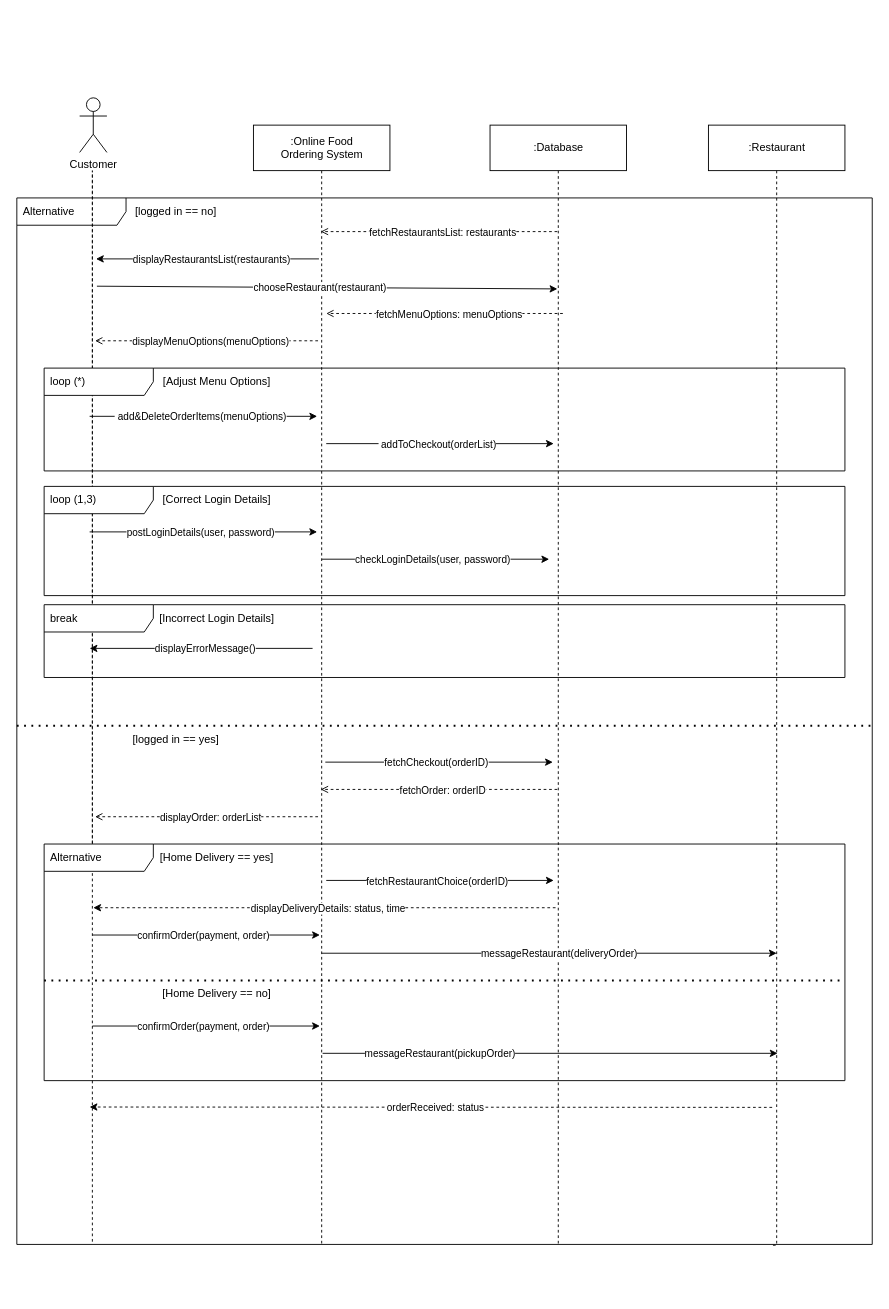
This is page "Sequence diagram" (4 of 5) of Project work Modellering.drawio from timhallberg/projectworkModellering, a draw.io file, before an edit. Source tidied: cells renumbered, new cells numbered last; positions are measured from the earlier drawing's top-left corner, leaving out a move shared by most shapes. Both pictures are drawn from the tidied source at 91%, with x=0, y=0 at pixel (16, 97).
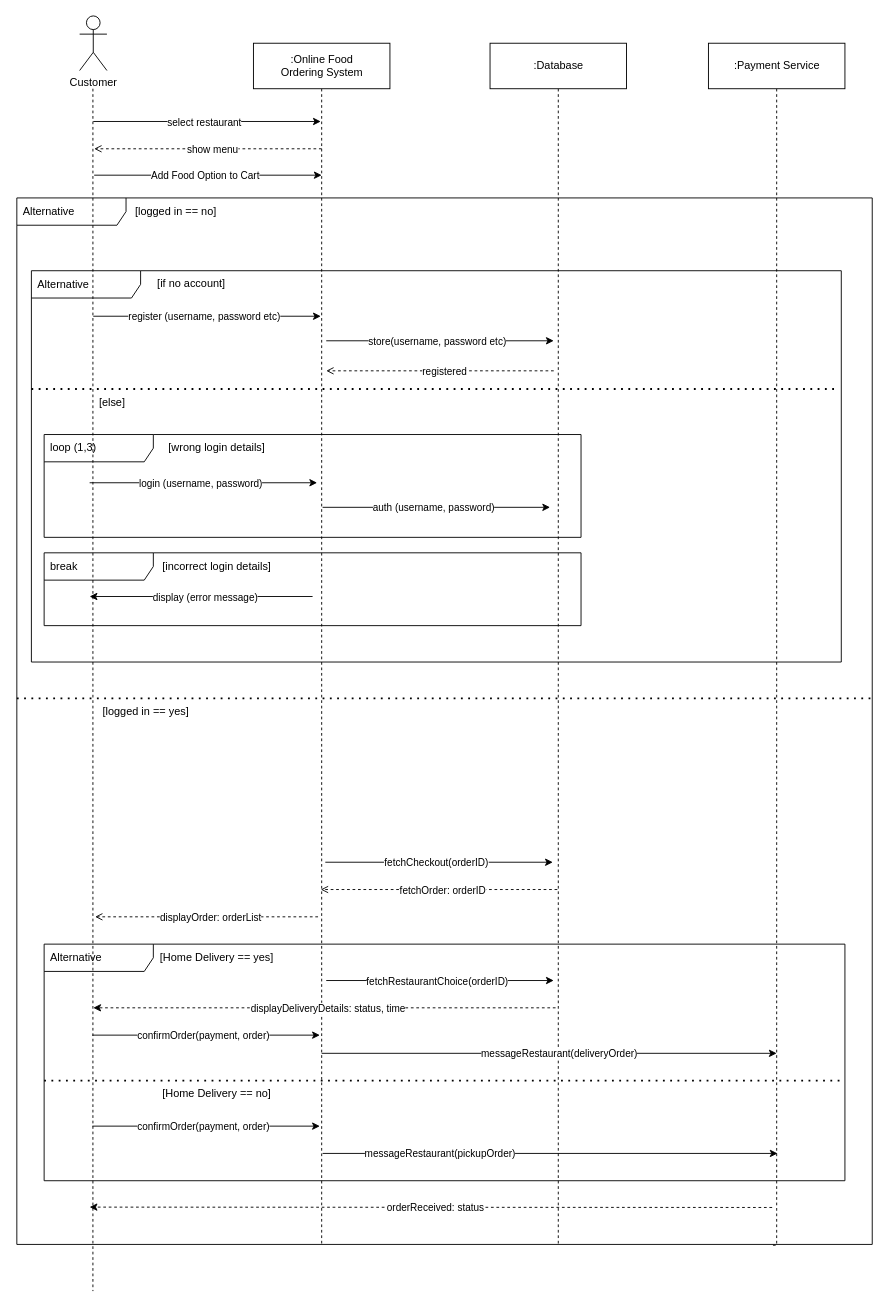
Above is the later version.

Unchanged cells that the change refers to:
```xml
<mxCell id="44" style="group;" parent="1" vertex="1">
  <mxGeometry x="30" y="820" width="880" height="380" as="geometry" />
</mxCell>
```

The edit, as a diff of the source:
```diff
@@
+    <mxCell id="65" value="Alternative" style="shape=umlFrame;whiteSpace=wrap;html=1;width=120;height=30;boundedLbl=1;verticalAlign=middle;align=left;spacingLeft=5;" parent="1" vertex="1">
+      <mxGeometry x="16" y="190" width="890" height="430" as="geometry" />
+    </mxCell>
@@
     <mxCell id="4" value=":Online Food &lt;br&gt;Ordering System" style="html=1;" parent="1" vertex="1">
-      <mxGeometry x="260" y="30" width="150" height="50" as="geometry" />
+      <mxGeometry x="260" y="-60" width="150" height="50" as="geometry" />
     </mxCell>
-    <mxCell id="5" style="edgeStyle=orthogonalEdgeStyle;rounded=0;jettySize=auto;html=1;dashed=1;endArrow=none;endFill=0;startArrow=none;" parent="1" edge="1" source="44">
-      <mxGeometry relative="1" as="geometry">
-        <mxPoint x="83" y="1260" as="targetPoint" />
-        <Array as="points">
-          <mxPoint x="83" y="80" />
-        </Array>
-      </mxGeometry>
-    </mxCell>
@@
     <mxCell id="7" value=":Database" style="html=1;" parent="1" vertex="1">
-      <mxGeometry x="520" y="30" width="150" height="50" as="geometry" />
+      <mxGeometry x="520" y="-60" width="150" height="50" as="geometry" />
     </mxCell>
-    <mxCell id="8" value="loop (*)" style="shape=umlFrame;whiteSpace=wrap;html=1;width=120;height=30;boundedLbl=1;verticalAlign=middle;align=left;spacingLeft=5;" parent="1" vertex="1">
-      <mxGeometry x="30" y="297" width="880" height="113" as="geometry" />
+    <mxCell id="8" value="loop (1,3)" style="shape=umlFrame;whiteSpace=wrap;html=1;width=120;height=30;boundedLbl=1;verticalAlign=middle;align=left;spacingLeft=5;" parent="1" vertex="1">
+      <mxGeometry x="30" y="370" width="590" height="113" as="geometry" />
     </mxCell>
@@
     <mxCell id="10" value="[logged in == yes]" style="text;html=1;strokeColor=none;fillColor=none;align=center;verticalAlign=middle;whiteSpace=wrap;rounded=0;" parent="1" vertex="1">
-      <mxGeometry x="120" y="690" width="110" height="30" as="geometry" />
+      <mxGeometry x="87" y="660" width="110" height="30" as="geometry" />
     </mxCell>
     <mxCell id="11" style="endArrow=classic;html=1;rounded=0;" parent="1" edge="1">
       <mxGeometry relative="1" as="geometry">
-        <mxPoint x="80" y="350" as="sourcePoint" />
-        <mxPoint x="330" y="350" as="targetPoint" />
+        <mxPoint x="80" y="423" as="sourcePoint" />
+        <mxPoint x="330" y="423" as="targetPoint" />
       </mxGeometry>
     </mxCell>
-    <mxCell id="12" value="&amp;nbsp;add&amp;amp;DeleteOrderItems(menuOptions)" style="edgeLabel;html=1;align=center;verticalAlign=middle;" parent="11" vertex="1">
+    <mxCell id="12" value="login (username, password)" style="edgeLabel;html=1;align=center;verticalAlign=middle;" parent="11" vertex="1">
       <mxGeometry x="-0.03" relative="1" as="geometry" />
     </mxCell>
-    <mxCell id="13" value="[Adjust Menu Options]" style="text;html=1;strokeColor=none;fillColor=none;align=center;verticalAlign=middle;whiteSpace=wrap;rounded=0;" parent="1" vertex="1">
-      <mxGeometry x="150" y="297" width="140" height="30" as="geometry" />
+    <mxCell id="13" value="[wrong login details]" style="text;html=1;strokeColor=none;fillColor=none;align=center;verticalAlign=middle;whiteSpace=wrap;rounded=0;" parent="1" vertex="1">
+      <mxGeometry x="150" y="370" width="140" height="30" as="geometry" />
     </mxCell>
     <mxCell id="14" value="Customer" style="shape=umlActor;verticalLabelPosition=bottom;verticalAlign=top;html=1;" parent="1" vertex="1">
-      <mxGeometry x="69" width="30" height="60" as="geometry" />
+      <mxGeometry x="69" y="-90" width="30" height="60" as="geometry" />
     </mxCell>
@@
-    <mxCell id="16" value=":Restaurant" style="html=1;" parent="1" vertex="1">
-      <mxGeometry x="760" y="30" width="150" height="50" as="geometry" />
+    <mxCell id="16" value=":Payment Service" style="html=1;" parent="1" vertex="1">
+      <mxGeometry x="760" y="-60" width="150" height="50" as="geometry" />
     </mxCell>
-    <mxCell id="17" style="endArrow=open;html=1;rounded=0;entryX=0.066;entryY=0.082;entryDx=0;entryDy=0;entryPerimeter=0;dashed=1;endFill=0;" parent="1" edge="1">
-      <mxGeometry relative="1" as="geometry">
-        <mxPoint x="593.9" y="147" as="sourcePoint" />
-        <mxPoint x="334" y="147" as="targetPoint" />
-      </mxGeometry>
-    </mxCell>
-    <mxCell id="18" value="fetchRestaurantsList: restaurants" style="edgeLabel;html=1;align=center;verticalAlign=middle;" parent="17" vertex="1">
-      <mxGeometry x="-0.03" relative="1" as="geometry" />
-    </mxCell>
-    <mxCell id="19" style="endArrow=classic;html=1;rounded=0;endSize=6;" parent="1" edge="1">
-      <mxGeometry relative="1" as="geometry">
-        <mxPoint x="332" y="177" as="sourcePoint" />
-        <mxPoint x="87" y="177" as="targetPoint" />
-      </mxGeometry>
-    </mxCell>
-    <mxCell id="20" value="displayRestaurantsList(restaurants)" style="edgeLabel;html=1;align=center;verticalAlign=middle;" parent="19" vertex="1">
-      <mxGeometry x="-0.03" relative="1" as="geometry" />
-    </mxCell>
-    <mxCell id="21" style="endArrow=classic;html=1;rounded=0;" parent="1" edge="1">
-      <mxGeometry relative="1" as="geometry">
-        <mxPoint x="88" y="207" as="sourcePoint" />
-        <mxPoint x="594" y="210" as="targetPoint" />
-      </mxGeometry>
-    </mxCell>
-    <mxCell id="22" value="chooseRestaurant(restaurant)" style="edgeLabel;html=1;align=center;verticalAlign=middle;" parent="21" vertex="1">
-      <mxGeometry x="-0.03" relative="1" as="geometry" />
-    </mxCell>
-    <mxCell id="23" style="endArrow=open;html=1;rounded=0;entryX=0.066;entryY=0.082;entryDx=0;entryDy=0;entryPerimeter=0;dashed=1;endFill=0;" parent="1" edge="1">
-      <mxGeometry relative="1" as="geometry">
-        <mxPoint x="600" y="237" as="sourcePoint" />
-        <mxPoint x="340" y="237" as="targetPoint" />
-      </mxGeometry>
-    </mxCell>
-    <mxCell id="24" value="fetchMenuOptions: menuOptions" style="edgeLabel;html=1;align=center;verticalAlign=middle;" parent="23" vertex="1">
-      <mxGeometry x="-0.03" relative="1" as="geometry" />
-    </mxCell>
-    <mxCell id="25" value="loop (1,3)" style="shape=umlFrame;whiteSpace=wrap;html=1;width=120;height=30;boundedLbl=1;verticalAlign=middle;align=left;spacingLeft=5;" parent="1" vertex="1">
-      <mxGeometry x="30" y="427" width="880" height="120" as="geometry" />
-    </mxCell>
-    <mxCell id="26" style="endArrow=classic;html=1;rounded=0;" parent="1" edge="1">
-      <mxGeometry relative="1" as="geometry">
-        <mxPoint x="80" y="477" as="sourcePoint" />
-        <mxPoint x="330" y="477" as="targetPoint" />
-      </mxGeometry>
-    </mxCell>
-    <mxCell id="27" value="postLoginDetails(user, password)" style="edgeLabel;html=1;align=center;verticalAlign=middle;" parent="26" vertex="1">
-      <mxGeometry x="-0.03" relative="1" as="geometry" />
-    </mxCell>
-    <mxCell id="28" value="[Correct Login Details]" style="text;html=1;strokeColor=none;fillColor=none;align=center;verticalAlign=middle;whiteSpace=wrap;rounded=0;" parent="1" vertex="1">
-      <mxGeometry x="150" y="427" width="140" height="30" as="geometry" />
-    </mxCell>
-    <mxCell id="29" style="endArrow=classic;html=1;rounded=0;" parent="1" edge="1">
-      <mxGeometry relative="1" as="geometry">
-        <mxPoint x="335" y="507" as="sourcePoint" />
-        <mxPoint x="585" y="507" as="targetPoint" />
-      </mxGeometry>
-    </mxCell>
-    <mxCell id="30" value="checkLoginDetails(user, password)" style="edgeLabel;html=1;align=center;verticalAlign=middle;" parent="29" vertex="1">
-      <mxGeometry x="-0.03" relative="1" as="geometry" />
-    </mxCell>
     <mxCell id="31" value="break" style="shape=umlFrame;whiteSpace=wrap;html=1;width=120;height=30;boundedLbl=1;verticalAlign=middle;align=left;spacingLeft=5;" parent="1" vertex="1">
-      <mxGeometry x="30" y="557" width="880" height="80" as="geometry" />
+      <mxGeometry x="30" y="500" width="590" height="80" as="geometry" />
     </mxCell>
-    <mxCell id="32" value="[Incorrect Login Details]" style="text;html=1;strokeColor=none;fillColor=none;align=center;verticalAlign=middle;whiteSpace=wrap;rounded=0;" parent="1" vertex="1">
-      <mxGeometry x="150" y="557" width="140" height="30" as="geometry" />
+    <mxCell id="32" value="[incorrect login details]" style="text;html=1;strokeColor=none;fillColor=none;align=center;verticalAlign=middle;whiteSpace=wrap;rounded=0;" parent="1" vertex="1">
+      <mxGeometry x="150" y="500" width="140" height="30" as="geometry" />
     </mxCell>
     <mxCell id="33" style="endArrow=classic;html=1;rounded=0;endSize=6;" parent="1" edge="1">
       <mxGeometry relative="1" as="geometry">
-        <mxPoint x="325" y="605" as="sourcePoint" />
-        <mxPoint x="80" y="605" as="targetPoint" />
+        <mxPoint x="325" y="548" as="sourcePoint" />
+        <mxPoint x="80" y="548" as="targetPoint" />
       </mxGeometry>
     </mxCell>
-    <mxCell id="34" value="displayErrorMessage()" style="edgeLabel;html=1;align=center;verticalAlign=middle;" parent="33" vertex="1">
+    <mxCell id="34" value="display (error message)" style="edgeLabel;html=1;align=center;verticalAlign=middle;" parent="33" vertex="1">
       <mxGeometry x="-0.03" relative="1" as="geometry" />
     </mxCell>
-    <mxCell id="35" style="endArrow=open;html=1;rounded=0;endSize=6;dashed=1;endFill=0;" parent="1" edge="1">
-      <mxGeometry relative="1" as="geometry">
-        <mxPoint x="331" y="267" as="sourcePoint" />
-        <mxPoint x="86" y="267" as="targetPoint" />
-      </mxGeometry>
-    </mxCell>
-    <mxCell id="36" value="displayMenuOptions(menuOptions)" style="edgeLabel;html=1;align=center;verticalAlign=middle;" parent="35" vertex="1">
-      <mxGeometry x="-0.03" relative="1" as="geometry" />
-    </mxCell>
     <mxCell id="37" style="endArrow=classic;html=1;rounded=0;" parent="1" edge="1">
       <mxGeometry relative="1" as="geometry">
-        <mxPoint x="339" y="730" as="sourcePoint" />
-        <mxPoint x="589" y="730" as="targetPoint" />
+        <mxPoint x="339" y="840" as="sourcePoint" />
+        <mxPoint x="589" y="840" as="targetPoint" />
       </mxGeometry>
     </mxCell>
@@
     <mxCell id="39" style="endArrow=open;html=1;rounded=0;entryX=0.066;entryY=0.082;entryDx=0;entryDy=0;entryPerimeter=0;dashed=1;endFill=0;" parent="1" edge="1">
       <mxGeometry relative="1" as="geometry">
-        <mxPoint x="593.9" y="760" as="sourcePoint" />
-        <mxPoint x="334" y="760" as="targetPoint" />
+        <mxPoint x="593.9" y="870" as="sourcePoint" />
+        <mxPoint x="334" y="870" as="targetPoint" />
       </mxGeometry>
     </mxCell>
@@
     <mxCell id="41" style="endArrow=open;html=1;rounded=0;endSize=6;dashed=1;endFill=0;" parent="1" edge="1">
       <mxGeometry relative="1" as="geometry">
-        <mxPoint x="331" y="790" as="sourcePoint" />
-        <mxPoint x="86" y="790" as="targetPoint" />
+        <mxPoint x="331" y="900" as="sourcePoint" />
+        <mxPoint x="86" y="900" as="targetPoint" />
       </mxGeometry>
     </mxCell>
@@
     <mxCell id="43" style="endArrow=none;dashed=1;html=1;dashPattern=1 3;strokeWidth=2;rounded=0;shadow=0;sketch=0;endSize=6;" parent="1" edge="1">
       <mxGeometry relative="1" as="geometry">
-        <mxPoint y="690" as="sourcePoint" />
-        <mxPoint x="940" y="690" as="targetPoint" />
+        <mxPoint y="660" as="sourcePoint" />
+        <mxPoint x="940" y="660" as="targetPoint" />
       </mxGeometry>
     </mxCell>
@@
     <mxCell id="45" value="Alternative" style="shape=umlFrame;whiteSpace=wrap;html=1;width=120;height=30;boundedLbl=1;verticalAlign=middle;align=left;spacingLeft=5;" parent="44" vertex="1">
-      <mxGeometry width="880" height="260" as="geometry" />
+      <mxGeometry y="110" width="880" height="260" as="geometry" />
     </mxCell>
     <mxCell id="46" value="[Home Delivery == yes]" style="text;html=1;strokeColor=none;fillColor=none;align=center;verticalAlign=middle;whiteSpace=wrap;rounded=0;" parent="44" vertex="1">
-      <mxGeometry x="120" width="140" height="30" as="geometry" />
+      <mxGeometry x="120" y="110" width="140" height="30" as="geometry" />
     </mxCell>
     <mxCell id="47" style="endArrow=none;dashed=1;html=1;dashPattern=1 3;strokeWidth=2;rounded=0;" parent="44" edge="1">
       <mxGeometry relative="1" as="geometry">
-        <mxPoint y="150" as="sourcePoint" />
-        <mxPoint x="880" y="150" as="targetPoint" />
+        <mxPoint y="260" as="sourcePoint" />
+        <mxPoint x="880" y="260" as="targetPoint" />
       </mxGeometry>
     </mxCell>
     <mxCell id="48" value="[Home Delivery == no]" style="text;html=1;strokeColor=none;fillColor=none;align=center;verticalAlign=middle;whiteSpace=wrap;rounded=0;" parent="44" vertex="1">
-      <mxGeometry x="120" y="150" width="140" height="30" as="geometry" />
+      <mxGeometry x="120" y="260" width="140" height="30" as="geometry" />
     </mxCell>
     <mxCell id="49" style="endArrow=classic;html=1;rounded=0;" parent="44" edge="1">
       <mxGeometry relative="1" as="geometry">
-        <mxPoint x="53" y="100" as="sourcePoint" />
-        <mxPoint x="303" y="100" as="targetPoint" />
+        <mxPoint x="53" y="210" as="sourcePoint" />
+        <mxPoint x="303" y="210" as="targetPoint" />
       </mxGeometry>
     </mxCell>
@@
     <mxCell id="51" style="endArrow=classic;html=1;rounded=0;" parent="44" edge="1">
       <mxGeometry relative="1" as="geometry">
-        <mxPoint x="310" y="40" as="sourcePoint" />
-        <mxPoint x="560" y="40" as="targetPoint" />
+        <mxPoint x="310" y="150" as="sourcePoint" />
+        <mxPoint x="560" y="150" as="targetPoint" />
       </mxGeometry>
     </mxCell>
@@
     <mxCell id="53" style="endArrow=classic;html=1;rounded=0;shadow=0;dashed=1;sketch=0;endSize=6;" parent="44" edge="1">
       <mxGeometry relative="1" as="geometry">
-        <mxPoint x="562" y="70" as="sourcePoint" />
-        <mxPoint x="54" y="70" as="targetPoint" />
+        <mxPoint x="562" y="180" as="sourcePoint" />
+        <mxPoint x="54" y="180" as="targetPoint" />
       </mxGeometry>
     </mxCell>
@@
     <mxCell id="55" style="endArrow=classic;html=1;rounded=0;shadow=0;sketch=0;endSize=6;" parent="44" edge="1">
       <mxGeometry relative="1" as="geometry">
-        <mxPoint x="305" y="120" as="sourcePoint" />
-        <mxPoint x="805" y="120" as="targetPoint" />
+        <mxPoint x="305" y="230" as="sourcePoint" />
+        <mxPoint x="805" y="230" as="targetPoint" />
       </mxGeometry>
     </mxCell>
@@
     <mxCell id="57" style="endArrow=classic;html=1;rounded=0;" parent="44" edge="1">
       <mxGeometry relative="1" as="geometry">
-        <mxPoint x="53" y="200" as="sourcePoint" />
-        <mxPoint x="303" y="200" as="targetPoint" />
+        <mxPoint x="53" y="310" as="sourcePoint" />
+        <mxPoint x="303" y="310" as="targetPoint" />
       </mxGeometry>
     </mxCell>
@@
     <mxCell id="59" style="endArrow=classic;html=1;rounded=0;shadow=0;sketch=0;endSize=6;" parent="44" edge="1">
       <mxGeometry relative="1" as="geometry">
-        <mxPoint x="306" y="230" as="sourcePoint" />
-        <mxPoint x="806" y="230" as="targetPoint" />
+        <mxPoint x="306" y="340" as="sourcePoint" />
+        <mxPoint x="806" y="340" as="targetPoint" />
       </mxGeometry>
     </mxCell>
@@
     <mxCell id="61" style="endArrow=classic;html=1;rounded=0;shadow=0;dashed=1;sketch=0;endSize=6;" parent="44" edge="1">
       <mxGeometry relative="1" as="geometry">
-        <mxPoint x="800" y="289.4" as="sourcePoint" />
-        <mxPoint x="50" y="289" as="targetPoint" />
+        <mxPoint x="800" y="399.4" as="sourcePoint" />
+        <mxPoint x="50" y="399" as="targetPoint" />
       </mxGeometry>
     </mxCell>
@@
-    <mxCell id="63" style="endArrow=classic;html=1;rounded=0;" parent="1" edge="1">
-      <mxGeometry relative="1" as="geometry">
-        <mxPoint x="340" y="380" as="sourcePoint" />
-        <mxPoint x="590" y="380" as="targetPoint" />
-      </mxGeometry>
-    </mxCell>
-    <mxCell id="64" value="&amp;nbsp;addToCheckout(orderList)" style="edgeLabel;html=1;align=center;verticalAlign=middle;" parent="63" vertex="1">
-      <mxGeometry x="-0.03" relative="1" as="geometry" />
-    </mxCell>
+    <mxCell id="66" style="edgeStyle=orthogonalEdgeStyle;rounded=0;orthogonalLoop=1;jettySize=auto;html=1;dashed=1;endArrow=none;endFill=0;" parent="1" edge="1">
+      <mxGeometry relative="1" as="geometry">
+        <mxPoint x="83.6" y="-10" as="sourcePoint" />
+        <mxPoint x="83.6" y="1311.3" as="targetPoint" />
+      </mxGeometry>
+    </mxCell>
+    <mxCell id="67" style="endArrow=classic;html=1;rounded=0;" parent="1" edge="1">
+      <mxGeometry relative="1" as="geometry">
+        <mxPoint x="84" y="26" as="sourcePoint" />
+        <mxPoint x="334" y="26" as="targetPoint" />
+      </mxGeometry>
+    </mxCell>
+    <mxCell id="68" value="select restaurant" style="edgeLabel;html=1;align=center;verticalAlign=middle;" parent="67" vertex="1">
+      <mxGeometry x="-0.03" relative="1" as="geometry" />
+    </mxCell>
+    <mxCell id="69" style="endArrow=open;html=1;rounded=0;entryX=0.066;entryY=0.082;entryDx=0;entryDy=0;entryPerimeter=0;dashed=1;endFill=0;" parent="1" edge="1">
+      <mxGeometry relative="1" as="geometry">
+        <mxPoint x="335" y="56" as="sourcePoint" />
+        <mxPoint x="85" y="56" as="targetPoint" />
+      </mxGeometry>
+    </mxCell>
+    <mxCell id="70" value="show menu" style="edgeLabel;html=1;align=center;verticalAlign=middle;" parent="69" vertex="1">
+      <mxGeometry x="-0.03" relative="1" as="geometry" />
+    </mxCell>
+    <mxCell id="71" style="endArrow=classic;html=1;rounded=0;" parent="1" edge="1">
+      <mxGeometry relative="1" as="geometry">
+        <mxPoint x="85" y="85" as="sourcePoint" />
+        <mxPoint x="335" y="85" as="targetPoint" />
+      </mxGeometry>
+    </mxCell>
+    <mxCell id="72" value="Add Food Option to Cart" style="edgeLabel;html=1;align=center;verticalAlign=middle;" parent="71" vertex="1">
+      <mxGeometry x="-0.03" relative="1" as="geometry" />
+    </mxCell>
+    <mxCell id="73" value="[if no account]" style="text;html=1;strokeColor=none;fillColor=none;align=center;verticalAlign=middle;whiteSpace=wrap;rounded=0;" parent="1" vertex="1">
+      <mxGeometry x="137" y="189" width="110" height="30" as="geometry" />
+    </mxCell>
+    <mxCell id="74" style="endArrow=classic;html=1;rounded=0;" parent="1" edge="1">
+      <mxGeometry relative="1" as="geometry">
+        <mxPoint x="84" y="240" as="sourcePoint" />
+        <mxPoint x="334" y="240" as="targetPoint" />
+      </mxGeometry>
+    </mxCell>
+    <mxCell id="75" value="register (username, password etc)" style="edgeLabel;html=1;align=center;verticalAlign=middle;" parent="74" vertex="1">
+      <mxGeometry x="-0.03" relative="1" as="geometry" />
+    </mxCell>
+    <mxCell id="76" style="endArrow=open;html=1;rounded=0;entryX=0.066;entryY=0.082;entryDx=0;entryDy=0;entryPerimeter=0;dashed=1;endFill=0;" parent="1" edge="1">
+      <mxGeometry relative="1" as="geometry">
+        <mxPoint x="590" y="300" as="sourcePoint" />
+        <mxPoint x="340" y="300" as="targetPoint" />
+      </mxGeometry>
+    </mxCell>
+    <mxCell id="77" value="registered" style="edgeLabel;html=1;align=center;verticalAlign=middle;" parent="76" vertex="1">
+      <mxGeometry x="-0.03" relative="1" as="geometry" />
+    </mxCell>
+    <mxCell id="78" style="endArrow=classic;html=1;rounded=0;" parent="1" edge="1">
+      <mxGeometry relative="1" as="geometry">
+        <mxPoint x="340" y="267" as="sourcePoint" />
+        <mxPoint x="590" y="267" as="targetPoint" />
+      </mxGeometry>
+    </mxCell>
+    <mxCell id="79" value="store(username, password etc)" style="edgeLabel;html=1;align=center;verticalAlign=middle;" parent="78" vertex="1">
+      <mxGeometry x="-0.03" relative="1" as="geometry" />
+    </mxCell>
+    <mxCell id="80" style="endArrow=none;dashed=1;html=1;dashPattern=1 3;strokeWidth=2;rounded=0;shadow=0;sketch=0;endSize=6;" parent="1" edge="1">
+      <mxGeometry relative="1" as="geometry">
+        <mxPoint x="16" y="320" as="sourcePoint" />
+        <mxPoint x="900" y="320" as="targetPoint" />
+      </mxGeometry>
+    </mxCell>
+    <mxCell id="81" value="[else]" style="text;html=1;strokeColor=none;fillColor=none;align=center;verticalAlign=middle;whiteSpace=wrap;rounded=0;" parent="1" vertex="1">
+      <mxGeometry x="50" y="320" width="110" height="30" as="geometry" />
+    </mxCell>
+    <mxCell id="82" style="endArrow=classic;html=1;rounded=0;" parent="1" edge="1">
+      <mxGeometry relative="1" as="geometry">
+        <mxPoint x="336" y="450" as="sourcePoint" />
+        <mxPoint x="586" y="450" as="targetPoint" />
+      </mxGeometry>
+    </mxCell>
+    <mxCell id="83" value="auth (username, password)" style="edgeLabel;html=1;align=center;verticalAlign=middle;" parent="82" vertex="1">
+      <mxGeometry x="-0.03" relative="1" as="geometry" />
+    </mxCell>
```
